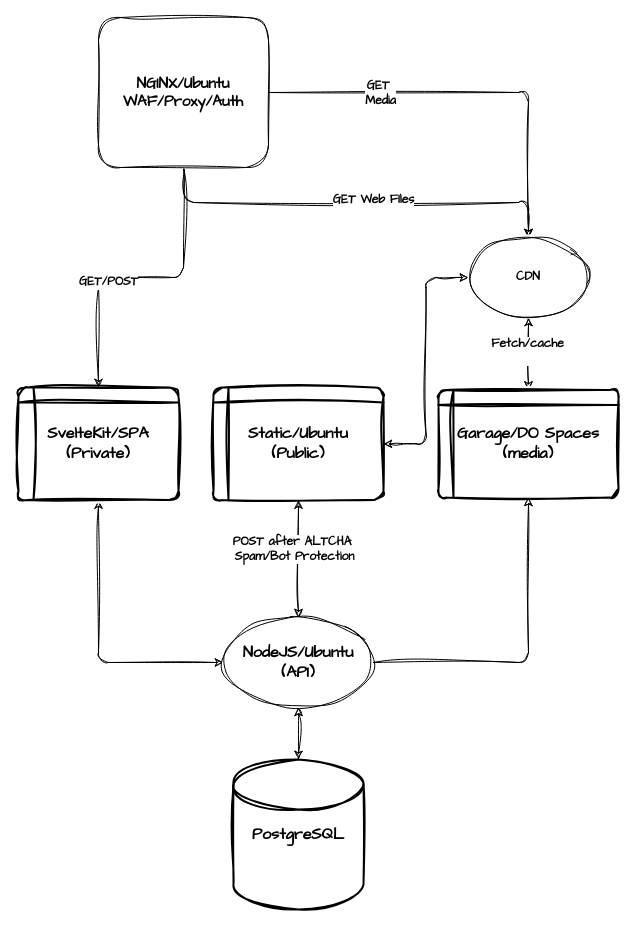
This is page "Overview" (2 of 3) of MTIS Infrastructure V1.drawio from kevin-mits/mits-plans, a draw.io file, before an edit. Source tidied: cells renumbered, new cells numbered last; positions are measured from the earlier drawing's top-left corner, leaving out a move shared by most shapes. Both pictures are drawn from the tidied source at 100%, with x=0, y=0 at pixel (18, 17).
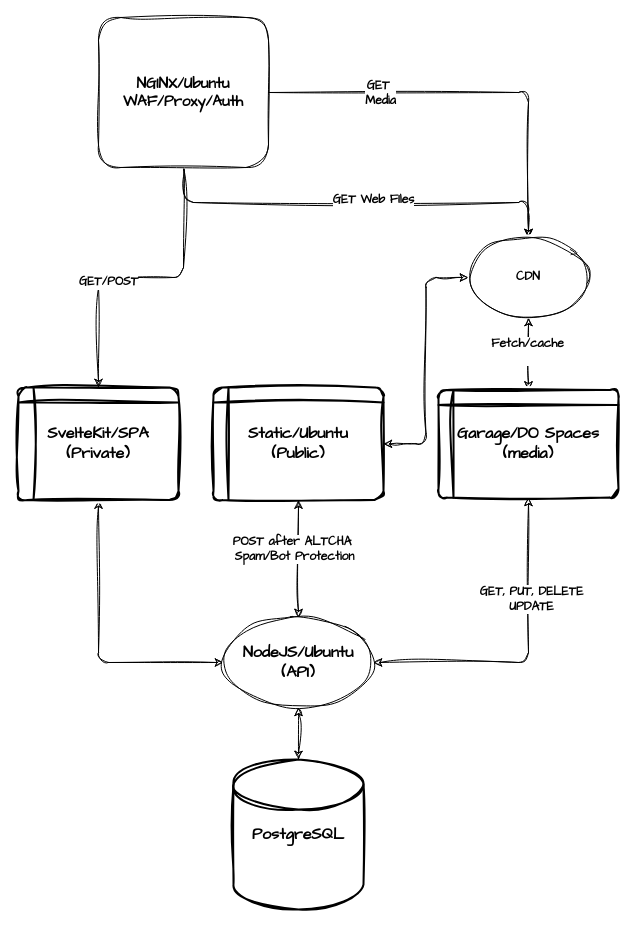
The same page after the edit.

Unchanged cells that the change refers to:
```xml
<mxCell id="5" value="&lt;b&gt;&lt;font style=&quot;font-size: 16px;&quot;&gt;Garage/DO Spaces&lt;/font&gt;&lt;/b&gt;&lt;div&gt;&lt;b&gt;&lt;font style=&quot;font-size: 16px;&quot;&gt;(media)&lt;/font&gt;&lt;/b&gt;&lt;/div&gt;" style="shape=internalStorage;whiteSpace=wrap;html=1;dx=15;dy=15;rounded=1;arcSize=8;strokeWidth=2;sketch=1;hachureGap=4;jiggle=2;curveFitting=1;fontFamily=Architects Daughter;" parent="1" vertex="1">
  <mxGeometry x="420" y="372.5" width="180" height="107.5" as="geometry" />
</mxCell>
<mxCell id="19" value="&lt;b&gt;&lt;font style=&quot;font-size: 16px;&quot;&gt;NodeJS/Ubuntu&lt;/font&gt;&lt;/b&gt;&lt;div&gt;&lt;b&gt;&lt;font style=&quot;font-size: 16px;&quot;&gt;(API&lt;/font&gt;&lt;/b&gt;&lt;b style=&quot;background-color: transparent; color: light-dark(rgb(0, 0, 0), rgb(255, 255, 255));&quot;&gt;&lt;font style=&quot;font-size: 16px;&quot;&gt;)&lt;/font&gt;&lt;/b&gt;&lt;/div&gt;" style="ellipse;whiteSpace=wrap;html=1;shapeInside=1;sketch=1;hachureGap=4;jiggle=2;curveFitting=1;fontFamily=Architects Daughter;" parent="1" vertex="1">
  <mxGeometry x="205" y="600" width="150" height="90" as="geometry" />
</mxCell>
```

What changed in the source:
```diff
@@
-    <mxCell id="18" style="edgeStyle=orthogonalEdgeStyle;rounded=1;sketch=1;hachureGap=4;jiggle=2;curveFitting=1;jettySize=auto;html=1;exitX=1;exitY=0.5;exitDx=0;exitDy=0;entryX=0.5;entryY=1;entryDx=0;entryDy=0;fontFamily=Architects Daughter;fontSize=12;fontColor=default;" parent="1" edge="1" source="19" target="5">
+    <mxCell id="18" style="edgeStyle=orthogonalEdgeStyle;rounded=1;sketch=1;hachureGap=4;jiggle=2;curveFitting=1;jettySize=auto;html=1;exitX=1;exitY=0.5;exitDx=0;exitDy=0;entryX=0.5;entryY=1;entryDx=0;entryDy=0;fontFamily=Architects Daughter;fontSize=12;fontColor=default;startArrow=classic;startFill=1;" parent="1" edge="1" source="19" target="5">
       <mxGeometry relative="1" as="geometry" />
     </mxCell>
+    <mxCell id="22" value="&lt;b&gt;GET, PUT, DELETE&lt;/b&gt;&lt;div&gt;&lt;b&gt;UPDATE&lt;/b&gt;&lt;/div&gt;" style="edgeLabel;html=1;align=center;verticalAlign=middle;fontFamily=Architects Daughter;fontSize=12;fontColor=default;" parent="18" vertex="1">
+      <mxGeometry x="0.37" y="-2" relative="1" as="geometry" />
+    </mxCell>
```
